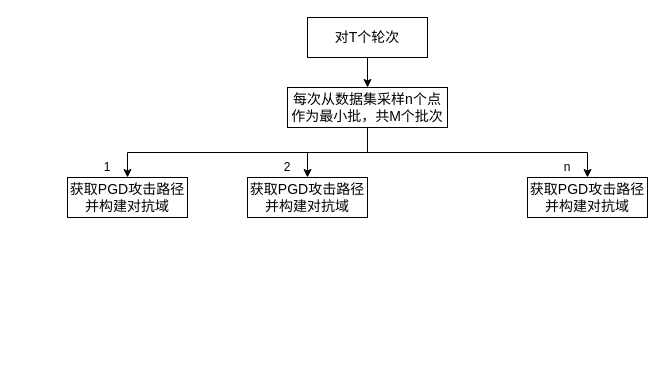
This is RAT.drawio from Zhou-AY/hello-world, a draw.io file, before an edit. Source tidied: cells renumbered, new cells numbered last; positions are measured from the earlier drawing's top-left corner, leaving out a move shared by most shapes. Both pictures are drawn from the tidied source at 100%, with x=0, y=0 at pixel (67, 17).
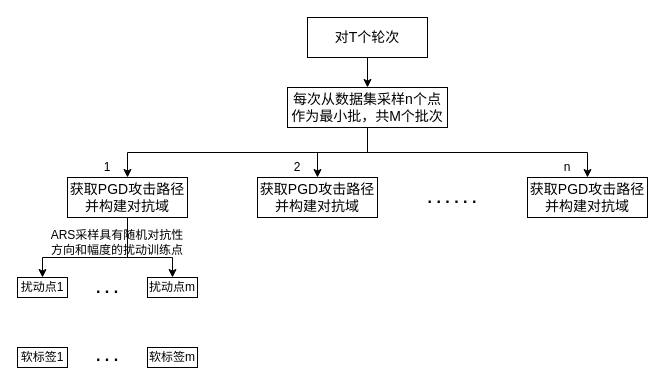
Above is the later version.

Unchanged cells that the change refers to:
```xml
<mxCell id="8" value="&lt;font style=&quot;font-size: 14px;&quot;&gt;获取PGD攻击路径&lt;br&gt;并构建对抗域&lt;br&gt;&lt;/font&gt;" style="rounded=0;whiteSpace=wrap;html=1;" parent="1" vertex="1">
  <mxGeometry y="160" width="120" height="40" as="geometry" />
</mxCell>
```

What changed in the source:
```diff
@@
+    <mxCell id="14" style="edgeStyle=orthogonalEdgeStyle;rounded=0;jettySize=auto;html=1;exitX=0.5;exitY=1;exitDx=0;exitDy=0;entryX=0.5;entryY=0;entryDx=0;entryDy=0;" parent="1" edge="1" source="8" target="17">
+      <mxGeometry relative="1" as="geometry">
+        <Array as="points">
+          <mxPoint x="60" y="240" />
+          <mxPoint x="-25" y="240" />
+        </Array>
+      </mxGeometry>
+    </mxCell>
+    <mxCell id="15" style="edgeStyle=orthogonalEdgeStyle;rounded=0;jettySize=auto;html=1;exitX=0.5;exitY=1;exitDx=0;exitDy=0;" parent="1" edge="1" source="8" target="18">
+      <mxGeometry relative="1" as="geometry">
+        <Array as="points">
+          <mxPoint x="60" y="240" />
+          <mxPoint x="105" y="240" />
+        </Array>
+      </mxGeometry>
+    </mxCell>
@@
     <mxCell id="9" value="&lt;font style=&quot;font-size: 14px;&quot;&gt;获取PGD攻击路径&lt;br&gt;并构建对抗域&lt;br&gt;&lt;/font&gt;" style="rounded=0;whiteSpace=wrap;html=1;" parent="1" vertex="1">
-      <mxGeometry x="180" y="160" width="120" height="40" as="geometry" />
+      <mxGeometry x="190" y="160" width="120" height="40" as="geometry" />
     </mxCell>
@@
     <mxCell id="12" value="2" style="text;html=1;strokeColor=none;fillColor=none;align=center;verticalAlign=middle;whiteSpace=wrap;rounded=0;" parent="1" vertex="1">
-      <mxGeometry x="210" y="140" width="20" height="20" as="geometry" />
+      <mxGeometry x="220" y="140" width="20" height="20" as="geometry" />
     </mxCell>
@@
+    <mxCell id="16" value="&lt;font size=&quot;1&quot; style=&quot;&quot;&gt;&lt;b style=&quot;font-size: 16px;&quot;&gt;. . . . . .&lt;/b&gt;&lt;/font&gt;" style="text;html=1;strokeColor=none;fillColor=none;align=center;verticalAlign=middle;whiteSpace=wrap;rounded=0;" parent="1" vertex="1">
+      <mxGeometry x="350" y="172.5" width="70" height="15" as="geometry" />
+    </mxCell>
+    <mxCell id="17" value="&lt;font style=&quot;font-size: 12px;&quot;&gt;扰动点1&lt;/font&gt;" style="rounded=0;whiteSpace=wrap;html=1;" parent="1" vertex="1">
+      <mxGeometry x="-50" y="260" width="50" height="20" as="geometry" />
+    </mxCell>
+    <mxCell id="18" value="&lt;font style=&quot;font-size: 12px;&quot;&gt;扰动点m&lt;/font&gt;" style="rounded=0;whiteSpace=wrap;html=1;" parent="1" vertex="1">
+      <mxGeometry x="80" y="260" width="50" height="20" as="geometry" />
+    </mxCell>
+    <mxCell id="19" value="ARS采样具有随机对抗性方向和幅度的扰动训练点" style="text;html=1;strokeColor=none;fillColor=none;align=center;verticalAlign=middle;whiteSpace=wrap;rounded=0;" parent="1" vertex="1">
+      <mxGeometry x="-20" y="210" width="140" height="30" as="geometry" />
+    </mxCell>
+    <mxCell id="20" value="&lt;font size=&quot;1&quot; style=&quot;&quot;&gt;&lt;b style=&quot;font-size: 16px;&quot;&gt;. . .&lt;/b&gt;&lt;/font&gt;" style="text;html=1;strokeColor=none;fillColor=none;align=center;verticalAlign=middle;whiteSpace=wrap;rounded=0;" parent="1" vertex="1">
+      <mxGeometry x="20" y="262.5" width="40" height="15" as="geometry" />
+    </mxCell>
+    <mxCell id="21" value="&lt;font style=&quot;font-size: 12px;&quot;&gt;软标签1&lt;/font&gt;" style="rounded=0;whiteSpace=wrap;html=1;" parent="1" vertex="1">
+      <mxGeometry x="-50" y="330" width="50" height="20" as="geometry" />
+    </mxCell>
+    <mxCell id="22" value="&lt;font style=&quot;font-size: 12px;&quot;&gt;软标签m&lt;br&gt;&lt;/font&gt;" style="rounded=0;whiteSpace=wrap;html=1;" parent="1" vertex="1">
+      <mxGeometry x="80" y="330" width="50" height="20" as="geometry" />
+    </mxCell>
+    <mxCell id="23" value="&lt;font size=&quot;1&quot; style=&quot;&quot;&gt;&lt;b style=&quot;font-size: 16px;&quot;&gt;. . .&lt;/b&gt;&lt;/font&gt;" style="text;html=1;strokeColor=none;fillColor=none;align=center;verticalAlign=middle;whiteSpace=wrap;rounded=0;" parent="1" vertex="1">
+      <mxGeometry x="20" y="330" width="40" height="15" as="geometry" />
+    </mxCell>
```
